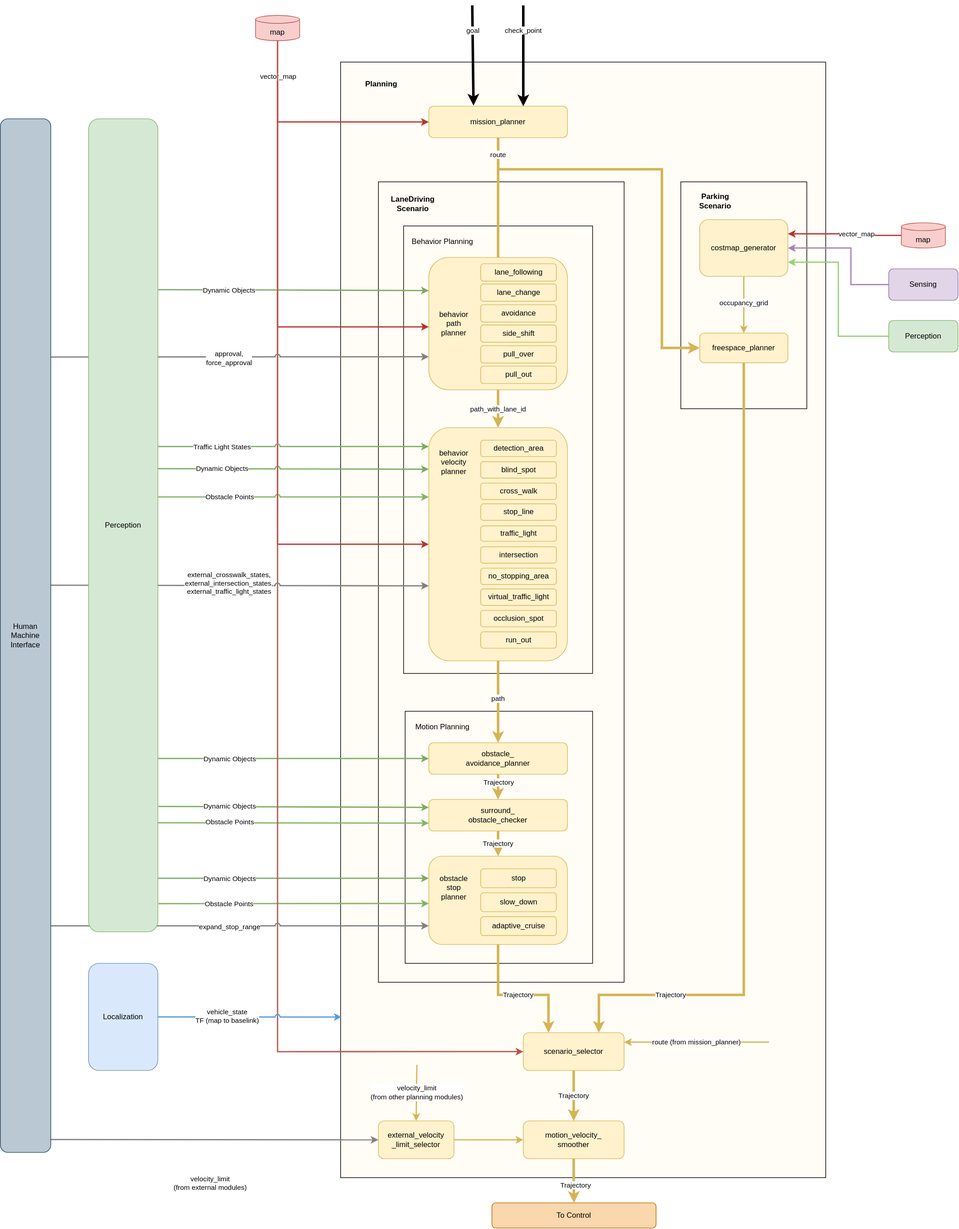
Earlier version of the draw.io export docs/design/autoware-architecture/planning/image/planning-diagram.drawio.svg (autowarefoundation/autoware-documentation). Source tidied: cells renumbered, new cells last; positions are measured from the earlier drawing's top-left corner, leaving out a move shared by most shapes.
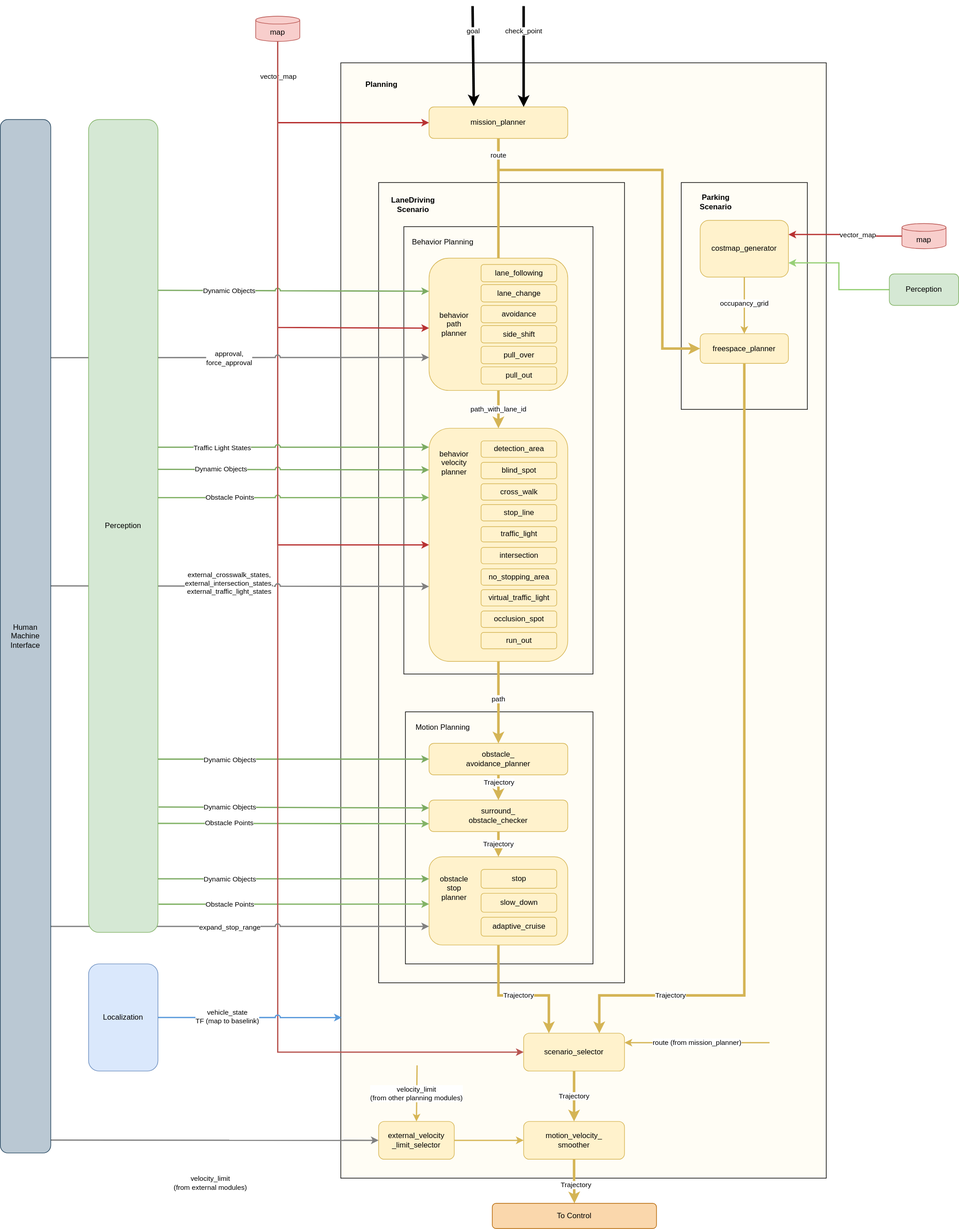
The same diagram one commit later.

Diff of the diagram source:
```diff
@@ -359,22 +359,11 @@
     <mxCell id="83" value="Human&lt;br&gt;Machine&lt;br&gt;Interface" style="rounded=1;whiteSpace=wrap;html=1;labelBackgroundColor=none;sketch=0;strokeColor=#23445d;fillColor=#bac8d3;verticalAlign=middle;" parent="1" vertex="1">
       <mxGeometry y="180" width="80" height="1640" as="geometry" />
     </mxCell>
-    <mxCell id="84" style="edgeStyle=orthogonalEdgeStyle;rounded=0;comic=0;jumpStyle=arc;jettySize=auto;html=1;entryX=1;entryY=0.5;entryDx=0;entryDy=0;fontColor=#000000;strokeWidth=2;strokeColor=#A680B8;" parent="1" edge="1" source="85" target="31">
-      <mxGeometry relative="1" as="geometry">
-        <Array as="points">
-          <mxPoint x="1350" y="443" />
-          <mxPoint x="1350" y="385" />
-        </Array>
-      </mxGeometry>
-    </mxCell>
-    <mxCell id="85" value="Sensing" style="rounded=1;whiteSpace=wrap;html=1;comic=0;fillColor=#e1d5e7;strokeColor=#9673a6;sketch=0;shadow=0;" parent="1" vertex="1">
-      <mxGeometry x="1410" y="418" width="110" height="50" as="geometry" />
-    </mxCell>
     <mxCell id="86" style="edgeStyle=orthogonalEdgeStyle;rounded=0;comic=0;jumpStyle=arc;jettySize=auto;html=1;entryX=1;entryY=0.75;entryDx=0;entryDy=0;fontColor=#000000;strokeWidth=2;strokeColor=#97D077;" parent="1" edge="1" source="87" target="31">
       <mxGeometry relative="1" as="geometry" />
     </mxCell>
     <mxCell id="87" value="Perception" style="rounded=1;whiteSpace=wrap;html=1;comic=0;fillColor=#d5e8d4;strokeColor=#82b366;sketch=0;shadow=0;" parent="1" vertex="1">
-      <mxGeometry x="1410" y="500" width="110" height="50" as="geometry" />
+      <mxGeometry x="1410" y="425" width="110" height="50" as="geometry" />
     </mxCell>
     <mxCell id="88" style="edgeStyle=none;html=1;fillColor=#fff2cc;strokeColor=#d6b656;strokeWidth=2;" parent="1" edge="1" source="89" target="26">
       <mxGeometry relative="1" as="geometry" />
```
